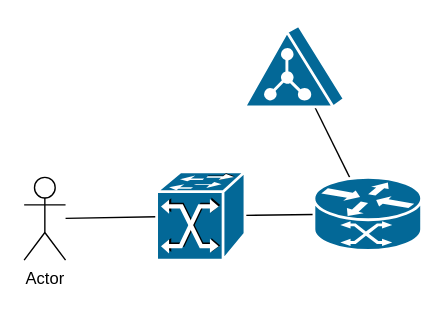
Before: docs/test.drawio in jtuttas/moodle_gitlab, a draw.io diagram. Source tidied: cells renumbered, new cells numbered last; positions are measured from the earlier drawing's top-left corner, leaving out a move shared by most shapes. Both pictures are drawn from the tidied source at 138%, with x=0, y=0 at pixel (23, 25).
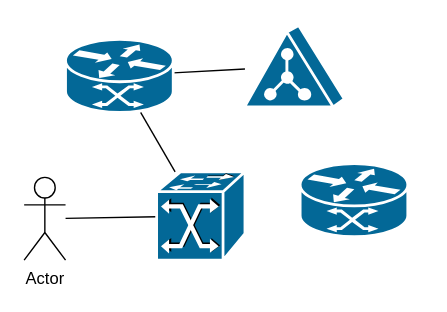
The same diagram, later.

What changed in the source:
```diff
@@
 <mxGraphModel>
   <root>
     <mxCell id="0" />
     <mxCell id="1" parent="0" />
     <mxCell id="2" value="Actor" style="shape=umlActor;verticalLabelPosition=bottom;verticalAlign=top;html=1;outlineConnect=0;" parent="1" vertex="1">
       <mxGeometry y="110" width="30" height="60" as="geometry" />
     </mxCell>
     <mxCell id="3" style="edgeStyle=none;html=1;endArrow=none;endFill=0;" parent="1" edge="1" source="5" target="8">
       <mxGeometry relative="1" as="geometry" />
     </mxCell>
     <mxCell id="4" style="edgeStyle=none;html=1;endArrow=none;endFill=0;" parent="1" edge="1" source="5" target="6">
       <mxGeometry relative="1" as="geometry" />
     </mxCell>
     <mxCell id="5" style="shape=mxgraph.cisco.routers.atm_router;html=1;dashed=0;fillColor=#036897;strokeColor=#ffffff;strokeWidth=2;verticalLabelPosition=bottom;verticalAlign=top;align=center;outlineConnect=0;" parent="1" vertex="1">
-      <mxGeometry x="210" y="110" width="78" height="53" as="geometry" />
+      <mxGeometry x="30" y="10" width="78" height="53" as="geometry" />
     </mxCell>
     <mxCell id="6" style="shape=mxgraph.cisco.servers.directory_server;html=1;dashed=0;fillColor=#036897;strokeColor=#ffffff;strokeWidth=2;verticalLabelPosition=bottom;verticalAlign=top;align=center;outlineConnect=0;" parent="1" vertex="1">
       <mxGeometry x="160" width="72" height="59" as="geometry" />
     </mxCell>
     <mxCell id="7" style="edgeStyle=none;html=1;endArrow=none;endFill=0;" parent="1" edge="1" source="8" target="2">
       <mxGeometry relative="1" as="geometry" />
     </mxCell>
     <mxCell id="8" style="shape=mxgraph.cisco.switches.atm_fast_gigabit_etherswitch;html=1;dashed=0;fillColor=#036897;strokeColor=#ffffff;strokeWidth=2;verticalLabelPosition=bottom;verticalAlign=top;align=center;outlineConnect=0;" parent="1" vertex="1">
       <mxGeometry x="96" y="106" width="64" height="64" as="geometry" />
     </mxCell>
+    <mxCell id="9" style="shape=mxgraph.cisco.routers.atm_router;html=1;dashed=0;fillColor=#036897;strokeColor=#ffffff;strokeWidth=2;verticalLabelPosition=bottom;verticalAlign=top;align=center;" parent="1" vertex="1">
+      <mxGeometry x="200" y="100" width="78" height="53" as="geometry" />
+    </mxCell>
   </root>
 </mxGraphModel>
```
